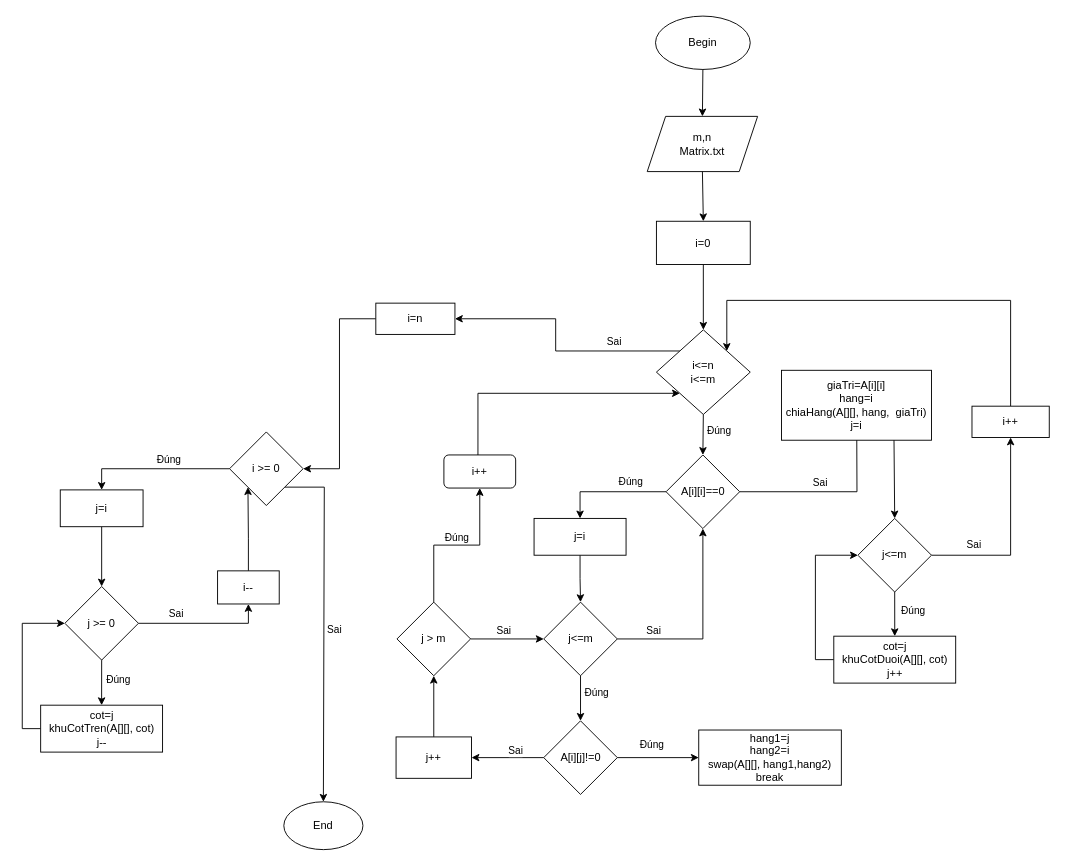
Above: Matrix_flowchart.drawio in Neal005/DrawnIO (draw.io), before the change. Source tidied: cells renumbered, new cells numbered last; positions are measured from the earlier drawing's top-left corner, leaving out a move shared by most shapes. Both pictures are drawn from the tidied source at 92%, with x=0, y=0 at pixel (40, 16).
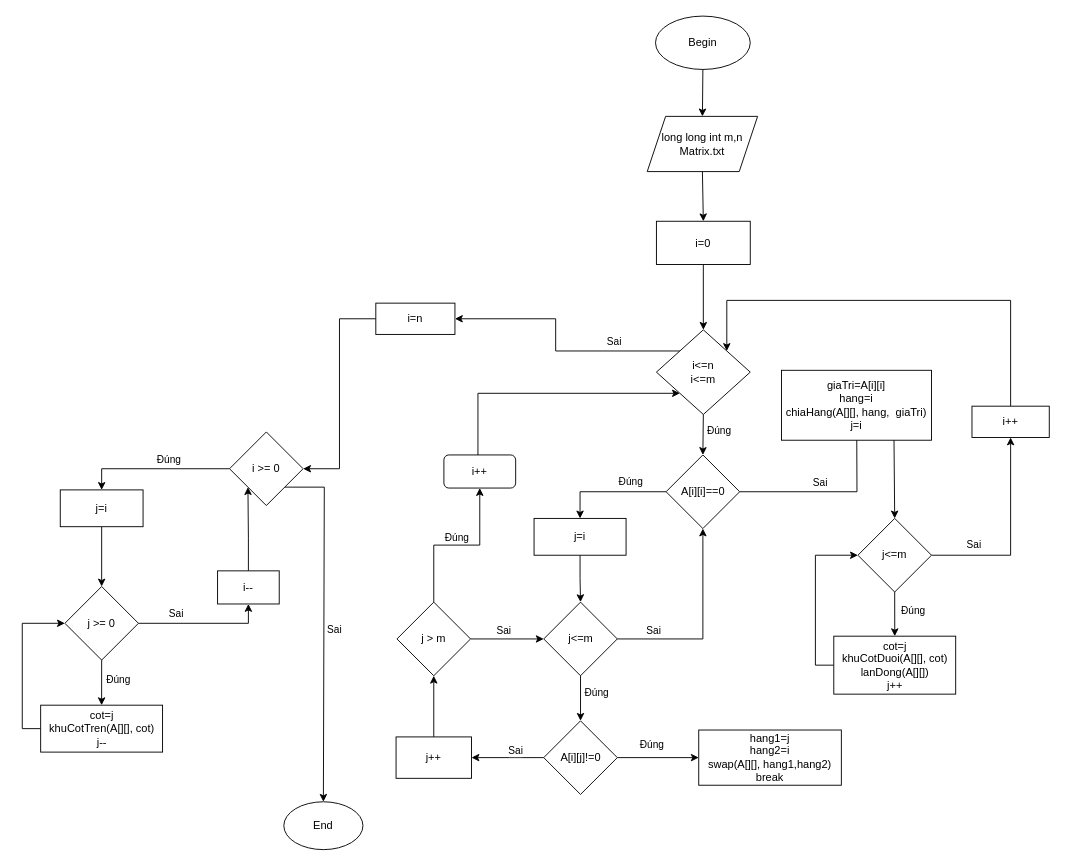
Above is the later version.

The edit, as a diff of the source:
```diff
@@
-    <mxCell id="3" value="&lt;div&gt;m,n&lt;/div&gt;Matrix.txt" style="shape=parallelogram;perimeter=parallelogramPerimeter;whiteSpace=wrap;html=1;fixedSize=1;" parent="1" vertex="1">
+    <mxCell id="3" value="&lt;div&gt;long long int m,n&lt;/div&gt;Matrix.txt" style="shape=parallelogram;perimeter=parallelogramPerimeter;whiteSpace=wrap;html=1;fixedSize=1;" parent="1" vertex="1">
       <mxGeometry x="659" y="109" width="120" height="60" as="geometry" />
     </mxCell>
@@
-    <mxCell id="29" value="&lt;div&gt;cot=j&lt;/div&gt;khuCotDuoi(A[][], cot)&lt;div&gt;j++&lt;/div&gt;" style="rounded=0;whiteSpace=wrap;html=1;" parent="1" vertex="1">
-      <mxGeometry x="861.8" y="674" width="132.5" height="51" as="geometry" />
+    <mxCell id="29" value="&lt;div&gt;cot=j&lt;/div&gt;khuCotDuoi(A[][], cot)&lt;div&gt;lanDong(A[][])&lt;br&gt;&lt;div&gt;j++&lt;/div&gt;&lt;/div&gt;" style="rounded=0;whiteSpace=wrap;html=1;" parent="1" vertex="1">
+      <mxGeometry x="861.8" y="674" width="132.5" height="63" as="geometry" />
     </mxCell>
```
